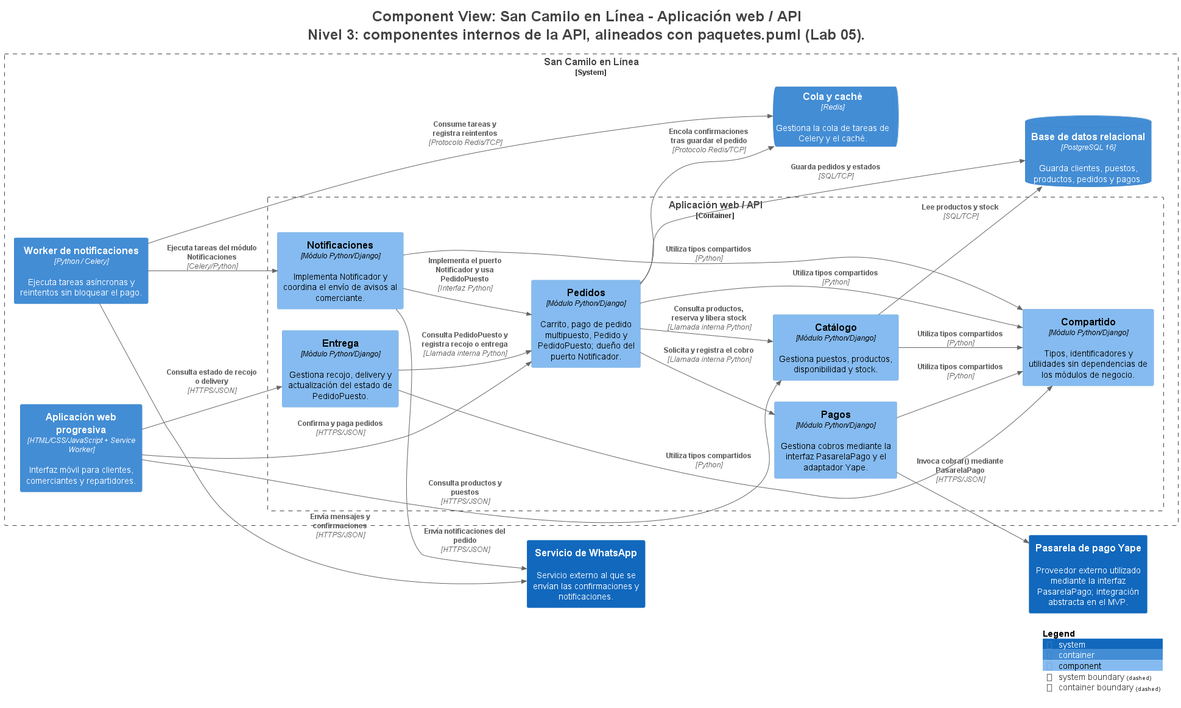
This is docs/architecture/c4/img/Componentes.png from paredes1234/cs-2026b-lab04-grupo07, a PlantUML export, as it was before one commit. Its diagram source:
```plantuml
@startuml
title <size:24>Component View: San Camilo en Línea - Aplicación web / API</size>\n<size:24>Nivel 3: componentes internos de la API, alineados con paquetes.puml (Lab 05).</size>

set separator none
left to right direction

<style>
  root {
    BackgroundColor: #ffffff
    FontColor: #444444
  }
</style>

!include <C4/C4>
!include <C4/C4_Context>
!include <C4/C4_Container>
!include <C4/C4_Component>

System(PasareladepagoYape, "Pasarela de pago Yape", $descr="Proveedor externo utilizado mediante la interfaz PasarelaPago; integración abstracta en el MVP.", $tags="", $link="")
System(ServiciodeWhatsApp, "Servicio de WhatsApp", $descr="Servicio externo al que se envían las confirmaciones y notificaciones.", $tags="", $link="")

System_Boundary("SanCamiloenLínea_boundary", "San Camilo en Línea", $tags="") {
  Container_Boundary("SanCamiloenLínea.AplicaciónwebAPI_boundary", "Aplicación web / API", $tags="") {
    Component(SanCamiloenLínea.AplicaciónwebAPI.Notificaciones, "Notificaciones", $techn="Módulo Python/Django", $descr="Implementa Notificador y coordina el envío de avisos al comerciante.", $tags="", $link="")
    Component(SanCamiloenLínea.AplicaciónwebAPI.Entrega, "Entrega", $techn="Módulo Python/Django", $descr="Gestiona recojo, delivery y actualización del estado de PedidoPuesto.", $tags="", $link="")
    Component(SanCamiloenLínea.AplicaciónwebAPI.Compartido, "Compartido", $techn="Módulo Python/Django", $descr="Tipos, identificadores y utilidades sin dependencias de los módulos de negocio.", $tags="", $link="")
    Component(SanCamiloenLínea.AplicaciónwebAPI.Catálogo, "Catálogo", $techn="Módulo Python/Django", $descr="Gestiona puestos, productos, disponibilidad y stock.", $tags="", $link="")
    Component(SanCamiloenLínea.AplicaciónwebAPI.Pedidos, "Pedidos", $techn="Módulo Python/Django", $descr="Carrito, pago de pedido multipuesto, Pedido y PedidoPuesto; dueño del puerto Notificador.", $tags="", $link="")
    Component(SanCamiloenLínea.AplicaciónwebAPI.Pagos, "Pagos", $techn="Módulo Python/Django", $descr="Gestiona cobros mediante la interfaz PasarelaPago y el adaptador Yape.", $tags="", $link="")
  }

  Container(SanCamiloenLínea.Workerdenotificaciones, "Worker de notificaciones", $techn="Python / Celery", $descr="Ejecuta tareas asíncronas y reintentos sin bloquear el pago.", $tags="", $link="")
  ContainerDb(SanCamiloenLínea.Basededatosrelacional, "Base de datos relacional", $techn="PostgreSQL 16", $descr="Guarda clientes, puestos, productos, pedidos y pagos.", $tags="", $link="")
  ContainerQueue(SanCamiloenLínea.Colaycaché, "Cola y caché", $techn="Redis", $descr="Gestiona la cola de tareas de Celery y el caché.", $tags="", $link="")
  Container(SanCamiloenLínea.Aplicaciónwebprogresiva, "Aplicación web progresiva", $techn="HTML/CSS/JavaScript + Service Worker", $descr="Interfaz móvil para clientes, comerciantes y repartidores.", $tags="", $link="")
}

Rel(SanCamiloenLínea.Workerdenotificaciones, SanCamiloenLínea.Colaycaché, "Consume tareas y registra reintentos", $techn="Protocolo Redis/TCP", $tags="", $link="")
Rel(SanCamiloenLínea.Workerdenotificaciones, ServiciodeWhatsApp, "Envía mensajes y confirmaciones", $techn="HTTPS/JSON", $tags="", $link="")
Rel(SanCamiloenLínea.Aplicaciónwebprogresiva, SanCamiloenLínea.AplicaciónwebAPI.Catálogo, "Consulta productos y puestos", $techn="HTTPS/JSON", $tags="", $link="")
Rel(SanCamiloenLínea.Aplicaciónwebprogresiva, SanCamiloenLínea.AplicaciónwebAPI.Pedidos, "Confirma y paga pedidos", $techn="HTTPS/JSON", $tags="", $link="")
Rel(SanCamiloenLínea.Aplicaciónwebprogresiva, SanCamiloenLínea.AplicaciónwebAPI.Entrega, "Consulta estado de recojo o delivery", $techn="HTTPS/JSON", $tags="", $link="")
Rel(SanCamiloenLínea.AplicaciónwebAPI.Pedidos, SanCamiloenLínea.AplicaciónwebAPI.Catálogo, "Consulta productos, reserva y libera stock", $techn="Llamada interna Python", $tags="", $link="")
Rel(SanCamiloenLínea.AplicaciónwebAPI.Pedidos, SanCamiloenLínea.AplicaciónwebAPI.Pagos, "Solicita y registra el cobro", $techn="Llamada interna Python", $tags="", $link="")
Rel(SanCamiloenLínea.AplicaciónwebAPI.Notificaciones, SanCamiloenLínea.AplicaciónwebAPI.Pedidos, "Implementa el puerto Notificador y usa PedidoPuesto", $techn="Interfaz Python", $tags="", $link="")
Rel(SanCamiloenLínea.AplicaciónwebAPI.Entrega, SanCamiloenLínea.AplicaciónwebAPI.Pedidos, "Consulta PedidoPuesto y registra recojo o entrega", $techn="Llamada interna Python", $tags="", $link="")
Rel(SanCamiloenLínea.AplicaciónwebAPI.Catálogo, SanCamiloenLínea.AplicaciónwebAPI.Compartido, "Utiliza tipos compartidos", $techn="Python", $tags="", $link="")
Rel(SanCamiloenLínea.AplicaciónwebAPI.Pedidos, SanCamiloenLínea.AplicaciónwebAPI.Compartido, "Utiliza tipos compartidos", $techn="Python", $tags="", $link="")
Rel(SanCamiloenLínea.AplicaciónwebAPI.Pagos, SanCamiloenLínea.AplicaciónwebAPI.Compartido, "Utiliza tipos compartidos", $techn="Python", $tags="", $link="")
Rel(SanCamiloenLínea.AplicaciónwebAPI.Notificaciones, SanCamiloenLínea.AplicaciónwebAPI.Compartido, "Utiliza tipos compartidos", $techn="Python", $tags="", $link="")
Rel(SanCamiloenLínea.AplicaciónwebAPI.Entrega, SanCamiloenLínea.AplicaciónwebAPI.Compartido, "Utiliza tipos compartidos", $techn="Python", $tags="", $link="")
Rel(SanCamiloenLínea.AplicaciónwebAPI.Pagos, PasareladepagoYape, "Invoca cobrar() mediante PasarelaPago", $techn="HTTPS/JSON", $tags="", $link="")
Rel(SanCamiloenLínea.AplicaciónwebAPI.Pedidos, SanCamiloenLínea.Colaycaché, "Encola confirmaciones tras guardar el pedido", $techn="Protocolo Redis/TCP", $tags="", $link="")
Rel(SanCamiloenLínea.Workerdenotificaciones, SanCamiloenLínea.AplicaciónwebAPI.Notificaciones, "Ejecuta tareas del módulo Notificaciones", $techn="Celery/Python", $tags="", $link="")
Rel(SanCamiloenLínea.AplicaciónwebAPI.Notificaciones, ServiciodeWhatsApp, "Envía notificaciones del pedido", $techn="HTTPS/JSON", $tags="", $link="")
Rel(SanCamiloenLínea.AplicaciónwebAPI.Catálogo, SanCamiloenLínea.Basededatosrelacional, "Lee productos y stock", $techn="SQL/TCP", $tags="", $link="")
Rel(SanCamiloenLínea.AplicaciónwebAPI.Pedidos, SanCamiloenLínea.Basededatosrelacional, "Guarda pedidos y estados", $techn="SQL/TCP", $tags="", $link="")

SHOW_LEGEND(true)
hide stereotypes
@enduml
```
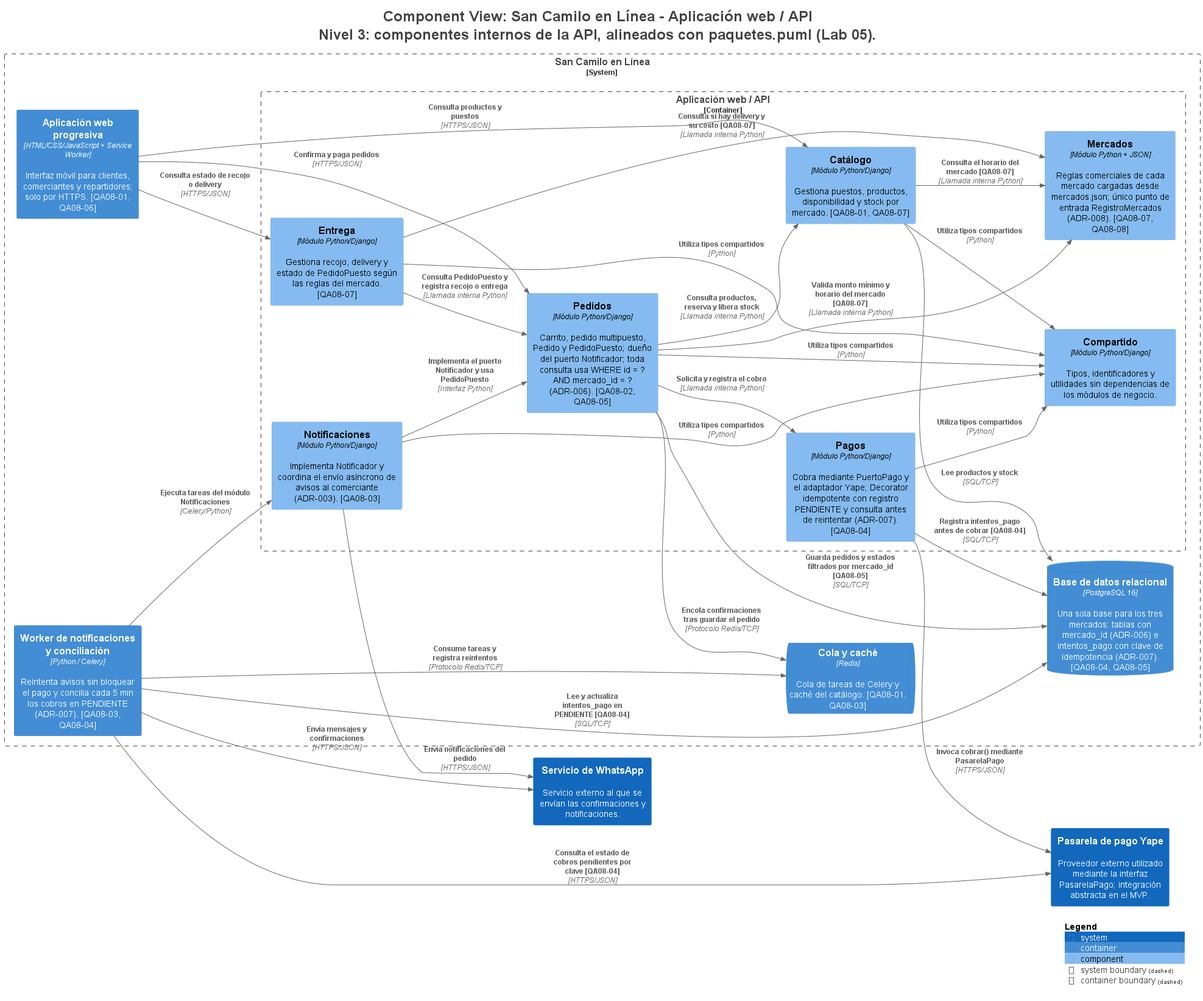
Later version of the same file.

Diff of the diagram source:
```diff
@@ -21,22 +21,25 @@
 
 System_Boundary("SanCamiloenLínea_boundary", "San Camilo en Línea", $tags="") {
   Container_Boundary("SanCamiloenLínea.AplicaciónwebAPI_boundary", "Aplicación web / API", $tags="") {
-    Component(SanCamiloenLínea.AplicaciónwebAPI.Notificaciones, "Notificaciones", $techn="Módulo Python/Django", $descr="Implementa Notificador y coordina el envío de avisos al comerciante.", $tags="", $link="")
-    Component(SanCamiloenLínea.AplicaciónwebAPI.Entrega, "Entrega", $techn="Módulo Python/Django", $descr="Gestiona recojo, delivery y actualización del estado de PedidoPuesto.", $tags="", $link="")
+    Component(SanCamiloenLínea.AplicaciónwebAPI.Notificaciones, "Notificaciones", $techn="Módulo Python/Django", $descr="Implementa Notificador y coordina el envío asíncrono de avisos al comerciante (ADR-003). [QA08-03]", $tags="", $link="")
+    Component(SanCamiloenLínea.AplicaciónwebAPI.Entrega, "Entrega", $techn="Módulo Python/Django", $descr="Gestiona recojo, delivery y estado de PedidoPuesto según las reglas del mercado. [QA08-07]", $tags="", $link="")
+    Component(SanCamiloenLínea.AplicaciónwebAPI.Mercados, "Mercados", $techn="Módulo Python + JSON", $descr="Reglas comerciales de cada mercado cargadas desde mercados.json; único punto de entrada RegistroMercados (ADR-008). [QA08-07, QA08-08]", $tags="", $link="")
     Component(SanCamiloenLínea.AplicaciónwebAPI.Compartido, "Compartido", $techn="Módulo Python/Django", $descr="Tipos, identificadores y utilidades sin dependencias de los módulos de negocio.", $tags="", $link="")
-    Component(SanCamiloenLínea.AplicaciónwebAPI.Catálogo, "Catálogo", $techn="Módulo Python/Django", $descr="Gestiona puestos, productos, disponibilidad y stock.", $tags="", $link="")
-    Component(SanCamiloenLínea.AplicaciónwebAPI.Pedidos, "Pedidos", $techn="Módulo Python/Django", $descr="Carrito, pago de pedido multipuesto, Pedido y PedidoPuesto; dueño del puerto Notificador.", $tags="", $link="")
-    Component(SanCamiloenLínea.AplicaciónwebAPI.Pagos, "Pagos", $techn="Módulo Python/Django", $descr="Gestiona cobros mediante la interfaz PasarelaPago y el adaptador Yape.", $tags="", $link="")
+    Component(SanCamiloenLínea.AplicaciónwebAPI.Catálogo, "Catálogo", $techn="Módulo Python/Django", $descr="Gestiona puestos, productos, disponibilidad y stock por mercado. [QA08-01, QA08-07]", $tags="", $link="")
+    Component(SanCamiloenLínea.AplicaciónwebAPI.Pedidos, "Pedidos", $techn="Módulo Python/Django", $descr="Carrito, pedido multipuesto, Pedido y PedidoPuesto; dueño del puerto Notificador; toda consulta usa WHERE id = ? AND mercado_id = ? (ADR-006). [QA08-02, QA08-05]", $tags="", $link="")
+    Component(SanCamiloenLínea.AplicaciónwebAPI.Pagos, "Pagos", $techn="Módulo Python/Django", $descr="Cobra mediante PuertoPago y el adaptador Yape; Decorator idempotente con registro PENDIENTE y consulta antes de reintentar (ADR-007). [QA08-04]", $tags="", $link="")
   }
 
-  Container(SanCamiloenLínea.Workerdenotificaciones, "Worker de notificaciones", $techn="Python / Celery", $descr="Ejecuta tareas asíncronas y reintentos sin bloquear el pago.", $tags="", $link="")
-  ContainerDb(SanCamiloenLínea.Basededatosrelacional, "Base de datos relacional", $techn="PostgreSQL 16", $descr="Guarda clientes, puestos, productos, pedidos y pagos.", $tags="", $link="")
-  ContainerQueue(SanCamiloenLínea.Colaycaché, "Cola y caché", $techn="Redis", $descr="Gestiona la cola de tareas de Celery y el caché.", $tags="", $link="")
-  Container(SanCamiloenLínea.Aplicaciónwebprogresiva, "Aplicación web progresiva", $techn="HTML/CSS/JavaScript + Service Worker", $descr="Interfaz móvil para clientes, comerciantes y repartidores.", $tags="", $link="")
+  Container(SanCamiloenLínea.Workerdenotificacionesyconciliación, "Worker de notificaciones y conciliación", $techn="Python / Celery", $descr="Reintenta avisos sin bloquear el pago y concilia cada 5 min los cobros en PENDIENTE (ADR-007). [QA08-03, QA08-04]", $tags="", $link="")
+  ContainerDb(SanCamiloenLínea.Basededatosrelacional, "Base de datos relacional", $techn="PostgreSQL 16", $descr="Una sola base para los tres mercados: tablas con mercado_id (ADR-006) e intentos_pago con clave de idempotencia (ADR-007). [QA08-04, QA08-05]", $tags="", $link="")
+  ContainerQueue(SanCamiloenLínea.Colaycaché, "Cola y caché", $techn="Redis", $descr="Cola de tareas de Celery y caché del catálogo. [QA08-01, QA08-03]", $tags="", $link="")
+  Container(SanCamiloenLínea.Aplicaciónwebprogresiva, "Aplicación web progresiva", $techn="HTML/CSS/JavaScript + Service Worker", $descr="Interfaz móvil para clientes, comerciantes y repartidores; solo por HTTPS. [QA08-01, QA08-06]", $tags="", $link="")
 }
 
-Rel(SanCamiloenLínea.Workerdenotificaciones, SanCamiloenLínea.Colaycaché, "Consume tareas y registra reintentos", $techn="Protocolo Redis/TCP", $tags="", $link="")
-Rel(SanCamiloenLínea.Workerdenotificaciones, ServiciodeWhatsApp, "Envía mensajes y confirmaciones", $techn="HTTPS/JSON", $tags="", $link="")
+Rel(SanCamiloenLínea.Workerdenotificacionesyconciliación, SanCamiloenLínea.Colaycaché, "Consume tareas y registra reintentos", $techn="Protocolo Redis/TCP", $tags="", $link="")
+Rel(SanCamiloenLínea.Workerdenotificacionesyconciliación, ServiciodeWhatsApp, "Envía mensajes y confirmaciones", $techn="HTTPS/JSON", $tags="", $link="")
+Rel(SanCamiloenLínea.Workerdenotificacionesyconciliación, SanCamiloenLínea.Basededatosrelacional, "Lee y actualiza intentos_pago en PENDIENTE [QA08-04]", $techn="SQL/TCP", $tags="", $link="")
+Rel(SanCamiloenLínea.Workerdenotificacionesyconciliación, PasareladepagoYape, "Consulta el estado de cobros pendientes por clave [QA08-04]", $techn="HTTPS/JSON", $tags="", $link="")
 Rel(SanCamiloenLínea.Aplicaciónwebprogresiva, SanCamiloenLínea.AplicaciónwebAPI.Catálogo, "Consulta productos y puestos", $techn="HTTPS/JSON", $tags="", $link="")
 Rel(SanCamiloenLínea.Aplicaciónwebprogresiva, SanCamiloenLínea.AplicaciónwebAPI.Pedidos, "Confirma y paga pedidos", $techn="HTTPS/JSON", $tags="", $link="")
 Rel(SanCamiloenLínea.Aplicaciónwebprogresiva, SanCamiloenLínea.AplicaciónwebAPI.Entrega, "Consulta estado de recojo o delivery", $techn="HTTPS/JSON", $tags="", $link="")
@@ -51,10 +54,14 @@
 Rel(SanCamiloenLínea.AplicaciónwebAPI.Entrega, SanCamiloenLínea.AplicaciónwebAPI.Compartido, "Utiliza tipos compartidos", $techn="Python", $tags="", $link="")
 Rel(SanCamiloenLínea.AplicaciónwebAPI.Pagos, PasareladepagoYape, "Invoca cobrar() mediante PasarelaPago", $techn="HTTPS/JSON", $tags="", $link="")
 Rel(SanCamiloenLínea.AplicaciónwebAPI.Pedidos, SanCamiloenLínea.Colaycaché, "Encola confirmaciones tras guardar el pedido", $techn="Protocolo Redis/TCP", $tags="", $link="")
-Rel(SanCamiloenLínea.Workerdenotificaciones, SanCamiloenLínea.AplicaciónwebAPI.Notificaciones, "Ejecuta tareas del módulo Notificaciones", $techn="Celery/Python", $tags="", $link="")
+Rel(SanCamiloenLínea.Workerdenotificacionesyconciliación, SanCamiloenLínea.AplicaciónwebAPI.Notificaciones, "Ejecuta tareas del módulo Notificaciones", $techn="Celery/Python", $tags="", $link="")
 Rel(SanCamiloenLínea.AplicaciónwebAPI.Notificaciones, ServiciodeWhatsApp, "Envía notificaciones del pedido", $techn="HTTPS/JSON", $tags="", $link="")
 Rel(SanCamiloenLínea.AplicaciónwebAPI.Catálogo, SanCamiloenLínea.Basededatosrelacional, "Lee productos y stock", $techn="SQL/TCP", $tags="", $link="")
-Rel(SanCamiloenLínea.AplicaciónwebAPI.Pedidos, SanCamiloenLínea.Basededatosrelacional, "Guarda pedidos y estados", $techn="SQL/TCP", $tags="", $link="")
+Rel(SanCamiloenLínea.AplicaciónwebAPI.Pedidos, SanCamiloenLínea.Basededatosrelacional, "Guarda pedidos y estados filtrados por mercado_id [QA08-05]", $techn="SQL/TCP", $tags="", $link="")
+Rel(SanCamiloenLínea.AplicaciónwebAPI.Pagos, SanCamiloenLínea.Basededatosrelacional, "Registra intentos_pago antes de cobrar [QA08-04]", $techn="SQL/TCP", $tags="", $link="")
+Rel(SanCamiloenLínea.AplicaciónwebAPI.Pedidos, SanCamiloenLínea.AplicaciónwebAPI.Mercados, "Valida monto mínimo y horario del mercado [QA08-07]", $techn="Llamada interna Python", $tags="", $link="")
+Rel(SanCamiloenLínea.AplicaciónwebAPI.Catálogo, SanCamiloenLínea.AplicaciónwebAPI.Mercados, "Consulta el horario del mercado [QA08-07]", $techn="Llamada interna Python", $tags="", $link="")
+Rel(SanCamiloenLínea.AplicaciónwebAPI.Entrega, SanCamiloenLínea.AplicaciónwebAPI.Mercados, "Consulta si hay delivery y su costo [QA08-07]", $techn="Llamada interna Python", $tags="", $link="")
 
 SHOW_LEGEND(true)
 hide stereotypes
```
